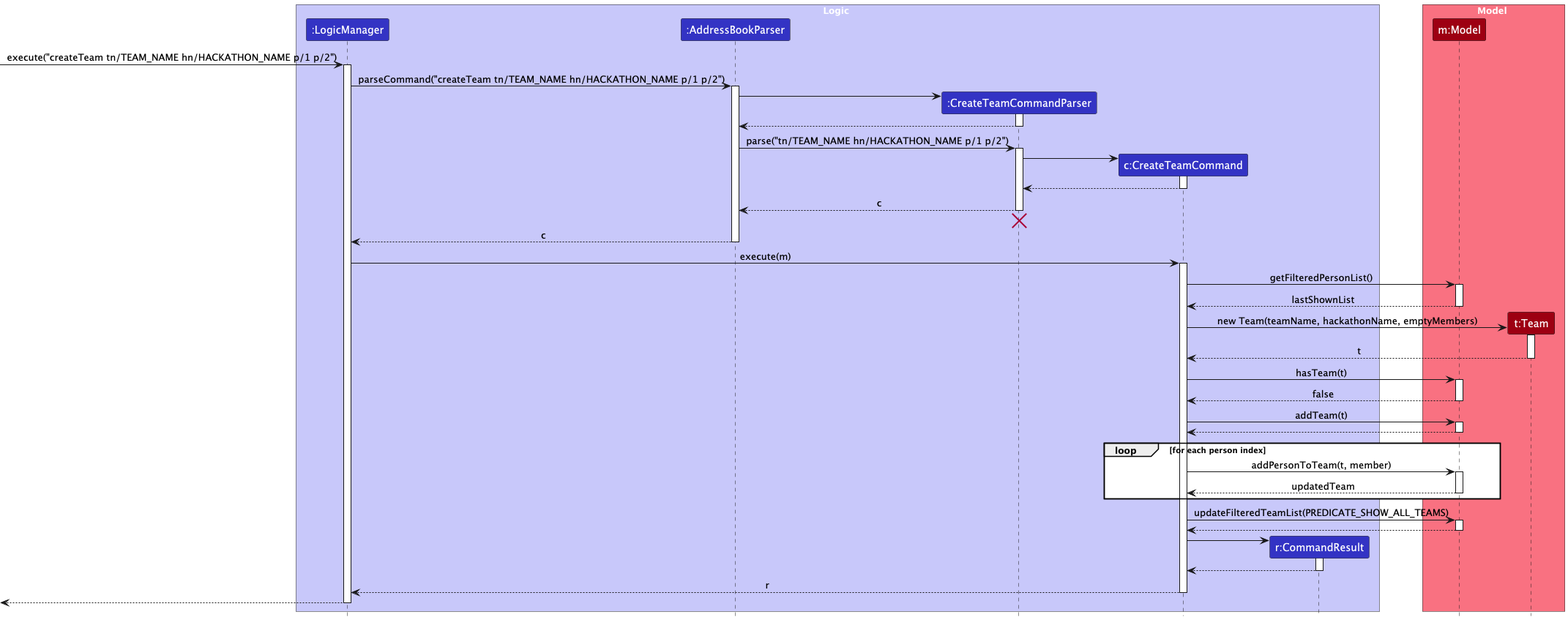
AY2526S1-CS2103T-F08b-2/tp keeps this PlantUML diagram as docs/images/CreateTeamSequenceDiagram.png. Above is the earlier version. The source it was exported from:
```plantuml
@startuml
!include style.puml
skinparam ArrowFontStyle plain

box Logic LOGIC_COLOR_T1
participant ":LogicManager" as LogicManager LOGIC_COLOR
participant ":AddressBookParser" as AddressBookParser LOGIC_COLOR
participant ":CreateTeamCommandParser" as CreateTeamCommandParser LOGIC_COLOR
participant "c:CreateTeamCommand" as CreateTeamCommand LOGIC_COLOR
participant "r:CommandResult" as CommandResult LOGIC_COLOR
end box

box Model MODEL_COLOR_T1
participant "m:Model" as Model MODEL_COLOR
participant "t:Team" as Team MODEL_COLOR
end box

[-> LogicManager : execute("createTeam tn/TEAM_NAME hn/HACKATHON_NAME p/1 p/2")
activate LogicManager

LogicManager -> AddressBookParser : parseCommand("createTeam tn/TEAM_NAME hn/HACKATHON_NAME p/1 p/2")
activate AddressBookParser

create CreateTeamCommandParser
AddressBookParser -> CreateTeamCommandParser
activate CreateTeamCommandParser

CreateTeamCommandParser --> AddressBookParser
deactivate CreateTeamCommandParser

AddressBookParser -> CreateTeamCommandParser : parse("tn/TEAM_NAME hn/HACKATHON_NAME p/1 p/2")
activate CreateTeamCommandParser

create CreateTeamCommand
CreateTeamCommandParser -> CreateTeamCommand
activate CreateTeamCommand

CreateTeamCommand --> CreateTeamCommandParser :
deactivate CreateTeamCommand

CreateTeamCommandParser --> AddressBookParser : c
deactivate CreateTeamCommandParser
CreateTeamCommandParser -[hidden]-> AddressBookParser
destroy CreateTeamCommandParser

AddressBookParser --> LogicManager : c
deactivate AddressBookParser

LogicManager -> CreateTeamCommand : execute(m)
activate CreateTeamCommand

CreateTeamCommand -> Model : getFilteredPersonList()
activate Model

Model --> CreateTeamCommand : lastShownList
deactivate Model

create Team
CreateTeamCommand -> Team : new Team(teamName, hackathonName, emptyMembers)
activate Team

Team --> CreateTeamCommand : t
deactivate Team

CreateTeamCommand -> Model : hasTeam(t)
activate Model

Model --> CreateTeamCommand : false
deactivate Model

CreateTeamCommand -> Model : addTeam(t)
activate Model

Model --> CreateTeamCommand
deactivate Model

loop for each person index
    CreateTeamCommand -> Model : addPersonToTeam(t, member)
    activate Model

    Model --> CreateTeamCommand : updatedTeam
    deactivate Model
end

CreateTeamCommand -> Model : updateFilteredTeamList(PREDICATE_SHOW_ALL_TEAMS)
activate Model

Model --> CreateTeamCommand
deactivate Model

create CommandResult
CreateTeamCommand -> CommandResult
activate CommandResult

CommandResult --> CreateTeamCommand
deactivate CommandResult

CreateTeamCommand --> LogicManager : r
deactivate CreateTeamCommand

[<--LogicManager
deactivate LogicManager
@enduml
```
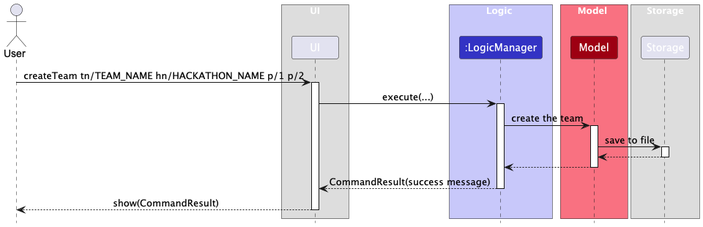
Above is the later version.

Commit message:
Update use cases

What changed in the source:
```diff
@@ -2,102 +2,46 @@
 !include style.puml
 skinparam ArrowFontStyle plain
 
+actor User
+
+box UI
+participant "UI" as UI
+end box
+
 box Logic LOGIC_COLOR_T1
 participant ":LogicManager" as LogicManager LOGIC_COLOR
-participant ":AddressBookParser" as AddressBookParser LOGIC_COLOR
-participant ":CreateTeamCommandParser" as CreateTeamCommandParser LOGIC_COLOR
-participant "c:CreateTeamCommand" as CreateTeamCommand LOGIC_COLOR
-participant "r:CommandResult" as CommandResult LOGIC_COLOR
 end box
 
 box Model MODEL_COLOR_T1
-participant "m:Model" as Model MODEL_COLOR
-participant "t:Team" as Team MODEL_COLOR
+participant "Model" as Model MODEL_COLOR
 end box
 
-[-> LogicManager : execute("createTeam tn/TEAM_NAME hn/HACKATHON_NAME p/1 p/2")
+box Storage
+participant "Storage" as Storage
+end box
+
+User -> UI : createTeam tn/TEAM_NAME hn/HACKATHON_NAME p/1 p/2
+activate UI
+
+UI -> LogicManager : execute(...)
 activate LogicManager
 
-LogicManager -> AddressBookParser : parseCommand("createTeam tn/TEAM_NAME hn/HACKATHON_NAME p/1 p/2")
-activate AddressBookParser
-
-create CreateTeamCommandParser
-AddressBookParser -> CreateTeamCommandParser
-activate CreateTeamCommandParser
-
-CreateTeamCommandParser --> AddressBookParser
-deactivate CreateTeamCommandParser
-
-AddressBookParser -> CreateTeamCommandParser : parse("tn/TEAM_NAME hn/HACKATHON_NAME p/1 p/2")
-activate CreateTeamCommandParser
-
-create CreateTeamCommand
-CreateTeamCommandParser -> CreateTeamCommand
-activate CreateTeamCommand
-
-CreateTeamCommand --> CreateTeamCommandParser :
-deactivate CreateTeamCommand
-
-CreateTeamCommandParser --> AddressBookParser : c
-deactivate CreateTeamCommandParser
-CreateTeamCommandParser -[hidden]-> AddressBookParser
-destroy CreateTeamCommandParser
-
-AddressBookParser --> LogicManager : c
-deactivate AddressBookParser
-
-LogicManager -> CreateTeamCommand : execute(m)
-activate CreateTeamCommand
-
-CreateTeamCommand -> Model : getFilteredPersonList()
+LogicManager -> Model : create the team
 activate Model
 
-Model --> CreateTeamCommand : lastShownList
+Model -> Storage : save to file
+activate Storage
+
+Storage --> Model :
+deactivate Storage
+
+Model --> LogicManager :
 deactivate Model
 
-create Team
-CreateTeamCommand -> Team : new Team(teamName, hackathonName, emptyMembers)
-activate Team
+LogicManager --> UI : CommandResult(success message)
+deactivate LogicManager
 
-Team --> CreateTeamCommand : t
-deactivate Team
+UI --> User : show(CommandResult)
+deactivate UI
 
-CreateTeamCommand -> Model : hasTeam(t)
-activate Model
-
-Model --> CreateTeamCommand : false
-deactivate Model
-
-CreateTeamCommand -> Model : addTeam(t)
-activate Model
-
-Model --> CreateTeamCommand
-deactivate Model
-
-loop for each person index
-    CreateTeamCommand -> Model : addPersonToTeam(t, member)
-    activate Model
-
-    Model --> CreateTeamCommand : updatedTeam
-    deactivate Model
-end
-
-CreateTeamCommand -> Model : updateFilteredTeamList(PREDICATE_SHOW_ALL_TEAMS)
-activate Model
-
-Model --> CreateTeamCommand
-deactivate Model
-
-create CommandResult
-CreateTeamCommand -> CommandResult
-activate CommandResult
-
-CommandResult --> CreateTeamCommand
-deactivate CommandResult
-
-CreateTeamCommand --> LogicManager : r
-deactivate CreateTeamCommand
-
-[<--LogicManager
-deactivate LogicManager
 @enduml
```
